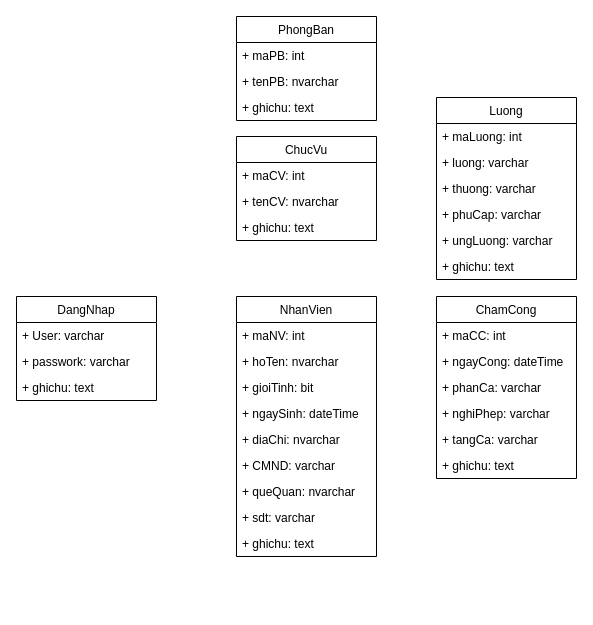
Earlier version of the draw.io diagram class.drawio (nguyenxuanlam-tech/QuanLyChamCong-C-). Source tidied: cells renumbered, new cells numbered last; positions are measured from the earlier drawing's top-left corner, leaving out a move shared by most shapes. Both pictures are drawn from the tidied source at 100%, with x=0, y=0 at pixel (16, 16).
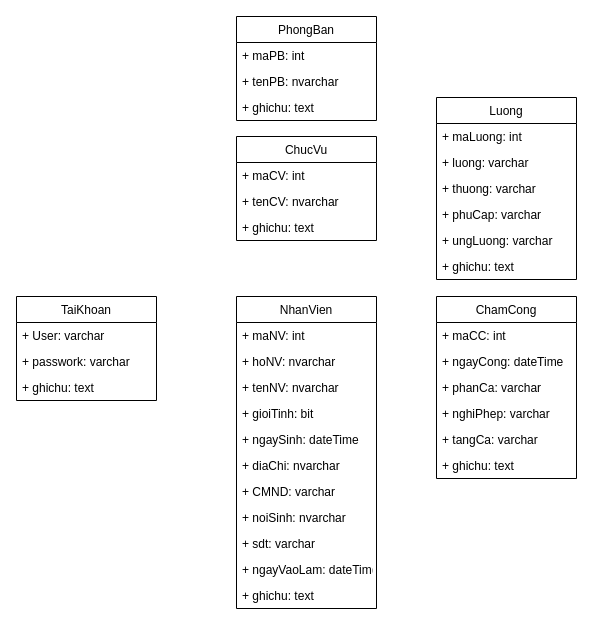
The same diagram, later.

Change to the diagram source:
```diff
@@
     <mxCell id="2" value="NhanVien" style="swimlane;fontStyle=0;horizontal=1;startSize=26;fillColor=none;" parent="1" vertex="1">
-      <mxGeometry x="220" y="280" width="140" height="260" as="geometry" />
+      <mxGeometry x="220" y="280" width="140" height="312" as="geometry" />
     </mxCell>
@@
-    <mxCell id="4" value="+ hoTen: nvarchar" style="text;strokeColor=none;fillColor=none;align=left;verticalAlign=top;spacingLeft=4;spacingRight=4;overflow=hidden;" parent="2" vertex="1">
+    <mxCell id="4" value="+ hoNV: nvarchar" style="text;strokeColor=none;fillColor=none;align=left;verticalAlign=top;spacingLeft=4;spacingRight=4;overflow=hidden;" parent="2" vertex="1">
       <mxGeometry y="52" width="140" height="26" as="geometry" />
     </mxCell>
+    <mxCell id="38" value="+ tenNV: nvarchar" style="text;strokeColor=none;fillColor=none;align=left;verticalAlign=top;spacingLeft=4;spacingRight=4;overflow=hidden;" parent="2" vertex="1">
+      <mxGeometry y="78" width="140" height="26" as="geometry" />
+    </mxCell>
     <mxCell id="5" value="+ gioiTinh: bit" style="text;strokeColor=none;fillColor=none;align=left;verticalAlign=top;spacingLeft=4;spacingRight=4;overflow=hidden;" parent="2" vertex="1">
-      <mxGeometry y="78" width="140" height="26" as="geometry" />
+      <mxGeometry y="104" width="140" height="26" as="geometry" />
     </mxCell>
     <mxCell id="6" value="+ ngaySinh: dateTime" style="text;strokeColor=none;fillColor=none;align=left;verticalAlign=top;spacingLeft=4;spacingRight=4;overflow=hidden;" parent="2" vertex="1">
-      <mxGeometry y="104" width="140" height="26" as="geometry" />
+      <mxGeometry y="130" width="140" height="26" as="geometry" />
     </mxCell>
     <mxCell id="7" value="+ diaChi: nvarchar" style="text;strokeColor=none;fillColor=none;align=left;verticalAlign=top;spacingLeft=4;spacingRight=4;overflow=hidden;" parent="2" vertex="1">
-      <mxGeometry y="130" width="140" height="26" as="geometry" />
+      <mxGeometry y="156" width="140" height="26" as="geometry" />
     </mxCell>
     <mxCell id="8" value="+ CMND: varchar" style="text;strokeColor=none;fillColor=none;align=left;verticalAlign=top;spacingLeft=4;spacingRight=4;overflow=hidden;" parent="2" vertex="1">
-      <mxGeometry y="156" width="140" height="26" as="geometry" />
+      <mxGeometry y="182" width="140" height="26" as="geometry" />
     </mxCell>
-    <mxCell id="9" value="+ queQuan: nvarchar" style="text;strokeColor=none;fillColor=none;align=left;verticalAlign=top;spacingLeft=4;spacingRight=4;overflow=hidden;" parent="2" vertex="1">
-      <mxGeometry y="182" width="140" height="26" as="geometry" />
+    <mxCell id="9" value="+ noiSinh: nvarchar" style="text;strokeColor=none;fillColor=none;align=left;verticalAlign=top;spacingLeft=4;spacingRight=4;overflow=hidden;" parent="2" vertex="1">
+      <mxGeometry y="208" width="140" height="26" as="geometry" />
     </mxCell>
     <mxCell id="10" value="+ sdt: varchar" style="text;strokeColor=none;fillColor=none;align=left;verticalAlign=top;spacingLeft=4;spacingRight=4;overflow=hidden;" parent="2" vertex="1">
-      <mxGeometry y="208" width="140" height="26" as="geometry" />
+      <mxGeometry y="234" width="140" height="26" as="geometry" />
     </mxCell>
+    <mxCell id="39" value="+ ngayVaoLam: dateTime" style="text;strokeColor=none;fillColor=none;align=left;verticalAlign=top;spacingLeft=4;spacingRight=4;overflow=hidden;" parent="2" vertex="1">
+      <mxGeometry y="260" width="140" height="26" as="geometry" />
+    </mxCell>
     <mxCell id="11" value="+ ghichu: text" style="text;strokeColor=none;fillColor=none;align=left;verticalAlign=top;spacingLeft=4;spacingRight=4;overflow=hidden;" parent="2" vertex="1">
-      <mxGeometry y="234" width="140" height="26" as="geometry" />
+      <mxGeometry y="286" width="140" height="26" as="geometry" />
     </mxCell>
@@
-    <mxCell id="34" value="DangNhap" style="swimlane;fontStyle=0;horizontal=1;startSize=26;fillColor=none;" parent="1" vertex="1">
+    <mxCell id="34" value="TaiKhoan" style="swimlane;fontStyle=0;horizontal=1;startSize=26;fillColor=none;" parent="1" vertex="1">
       <mxGeometry y="280" width="140" height="104" as="geometry" />
     </mxCell>
```
